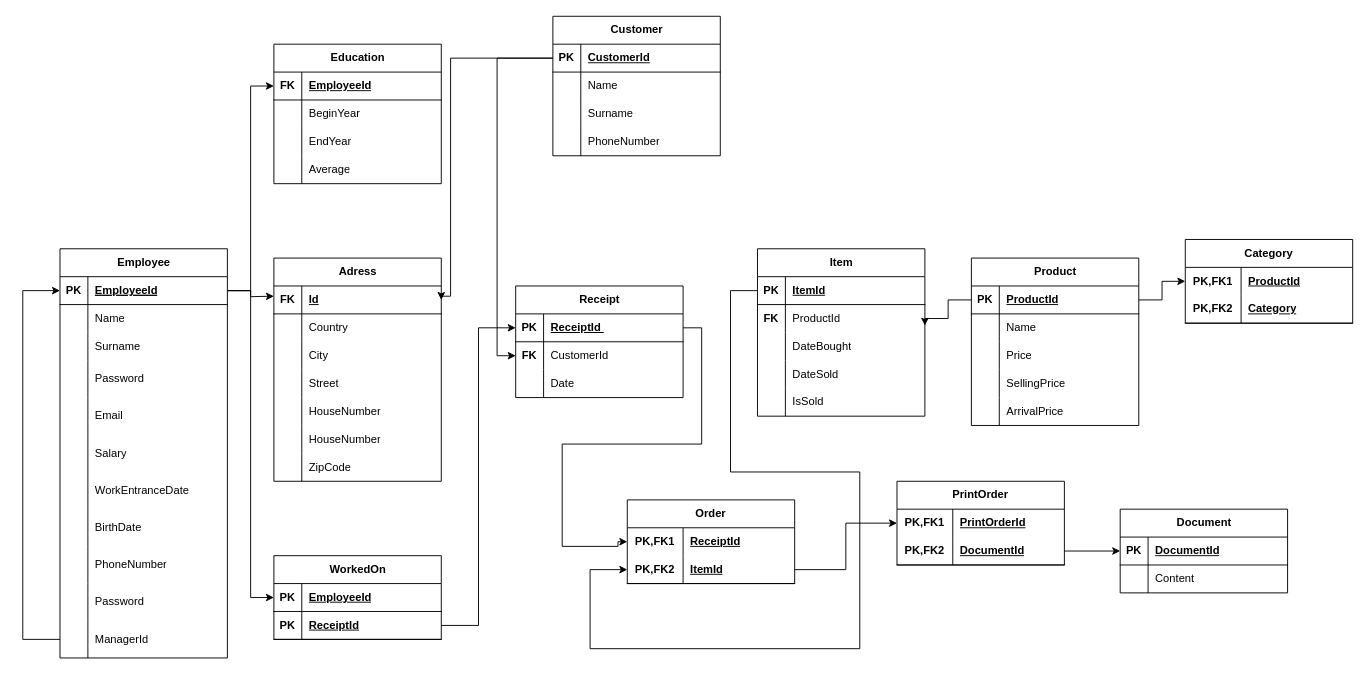
The draw.io diagram Tables.drawio in yigittuncer07/ali_abi_shop, before the edit. Source tidied: cells renumbered, new cells numbered last; positions are measured from the earlier drawing's top-left corner, leaving out a move shared by most shapes. Both pictures are drawn from the tidied source at 93%, with x=0, y=0 at pixel (22, 16).
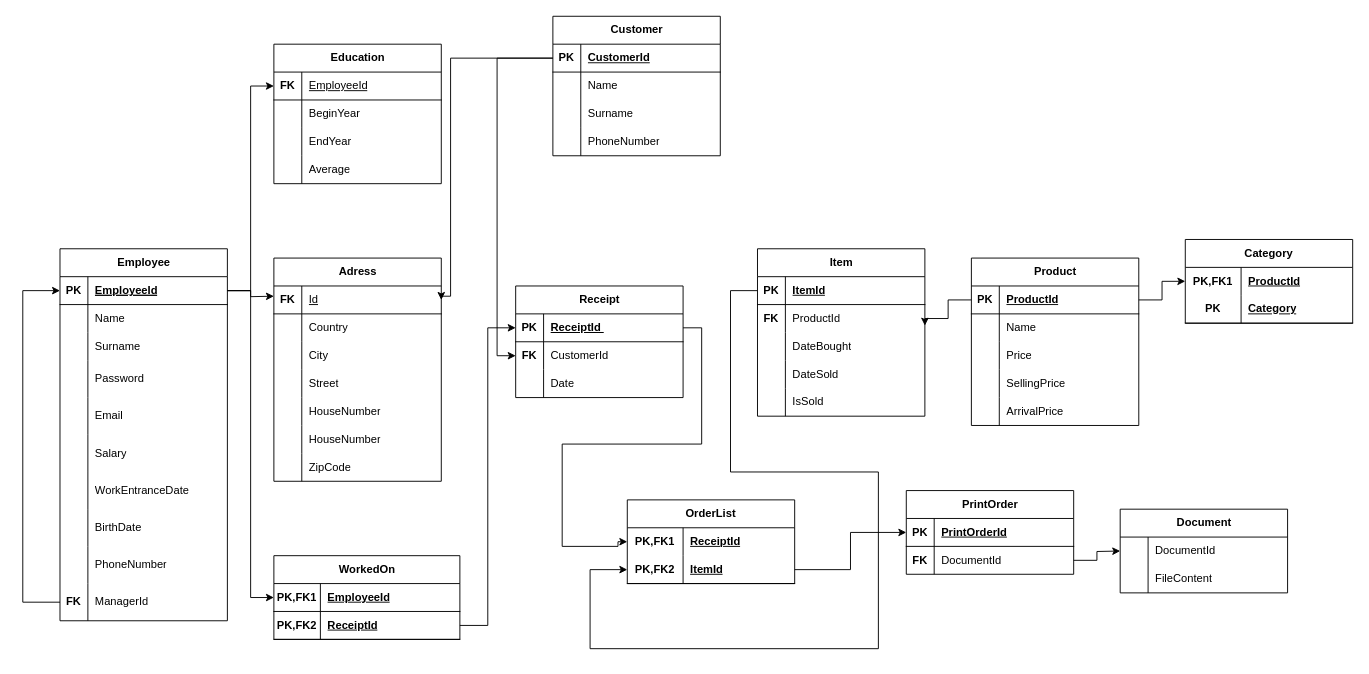
After the change.

Unchanged cells that the change refers to:
```xml
<mxCell id="3" style="shape=tableRow;horizontal=0;startSize=0;swimlaneHead=0;swimlaneBody=0;fillColor=none;points=[[0,0.5],[1,0.5]];portConstraint=eastwest;top=0;left=0;right=0;bottom=1;" parent="2" vertex="1">
  <mxGeometry y="30" width="180" height="30" as="geometry" />
</mxCell>
<mxCell id="57" style="shape=tableRow;horizontal=0;startSize=0;swimlaneHead=0;swimlaneBody=0;fillColor=none;points=[[0,0.5],[1,0.5]];portConstraint=eastwest;top=0;left=0;right=0;bottom=1;" parent="56" vertex="1">
  <mxGeometry y="30" width="180" height="30" as="geometry" />
</mxCell>
<mxCell id="76" style="shape=tableRow;horizontal=0;startSize=0;swimlaneHead=0;swimlaneBody=0;fillColor=none;points=[[0,0.5],[1,0.5]];portConstraint=eastwest;top=0;left=0;right=0;bottom=1;html=1;" parent="72" vertex="1">
  <mxGeometry y="60" width="180" height="30" as="geometry" />
</mxCell>
<mxCell id="99" style="shape=tableRow;horizontal=0;startSize=0;swimlaneHead=0;swimlaneBody=0;fillColor=none;top=0;left=0;right=0;bottom=1;html=1;" parent="95" vertex="1">
  <mxGeometry y="60" width="180" height="30" as="geometry" />
</mxCell>
<mxCell id="107" value="Document" style="shape=table;startSize=30;childLayout=tableLayout;rowLines=0;fontStyle=1;align=center;html=1;" parent="1" vertex="1">
  <mxGeometry x="1180" y="530" width="180" height="90" as="geometry" />
</mxCell>
<mxCell id="139" style="shape=tableRow;horizontal=0;startSize=0;swimlaneHead=0;swimlaneBody=0;fillColor=none;points=[[0,0.5],[1,0.5]];portConstraint=eastwest;top=0;left=0;right=0;bottom=1;" parent="138" vertex="1">
  <mxGeometry y="30" width="180" height="30" as="geometry" />
</mxCell>
<mxCell id="161" style="shape=tableRow;horizontal=0;startSize=0;swimlaneHead=0;swimlaneBody=0;fillColor=none;points=[[0,0.5],[1,0.5]];portConstraint=eastwest;top=0;left=0;right=0;bottom=1;" parent="160" vertex="1">
  <mxGeometry y="30" width="180" height="30" as="geometry" />
</mxCell>
```

The edit, as a diff of the source:
```diff
@@
     <mxCell id="2" value="Employee" style="shape=table;startSize=30;childLayout=tableLayout;rowLines=0;fontStyle=1;align=center;html=1;" parent="1" vertex="1">
-      <mxGeometry x="40" y="250" width="180" height="440" as="geometry" />
+      <mxGeometry x="40" y="250" width="180" height="400" as="geometry" />
     </mxCell>
@@
-    <mxCell id="30" style="shape=tableRow;horizontal=0;startSize=0;swimlaneHead=0;swimlaneBody=0;fillColor=none;top=0;left=0;right=0;bottom=0;" parent="2" vertex="1">
-      <mxGeometry y="360" width="180" height="40" as="geometry" />
-    </mxCell>
-    <mxCell id="31" style="shape=partialRectangle;fillColor=none;top=0;left=0;bottom=0;right=0;overflow=hidden;whiteSpace=wrap;html=1;" parent="30" vertex="1">
-      <mxGeometry width="30" height="40" as="geometry" />
-    </mxCell>
-    <mxCell id="32" value="Password" style="shape=partialRectangle;fillColor=none;top=0;left=0;bottom=0;right=0;align=left;spacingLeft=6;overflow=hidden;whiteSpace=wrap;html=1;" parent="30" vertex="1">
-      <mxGeometry x="30" width="150" height="40" as="geometry" />
-    </mxCell>
     <mxCell id="33" style="shape=tableRow;horizontal=0;startSize=0;swimlaneHead=0;swimlaneBody=0;fillColor=none;points=[[0,0.5],[1,0.5]];portConstraint=eastwest;top=0;left=0;right=0;bottom=0;" parent="2" vertex="1">
-      <mxGeometry y="400" width="180" height="40" as="geometry" />
+      <mxGeometry y="360" width="180" height="40" as="geometry" />
     </mxCell>
-    <mxCell id="34" style="shape=partialRectangle;fillColor=none;top=0;left=0;bottom=0;right=0;overflow=hidden;whiteSpace=wrap;html=1;" parent="33" vertex="1">
+    <mxCell id="34" value="&lt;b&gt;FK&lt;/b&gt;" style="shape=partialRectangle;fillColor=none;top=0;left=0;bottom=0;right=0;overflow=hidden;whiteSpace=wrap;html=1;" parent="33" vertex="1">
       <mxGeometry width="30" height="40" as="geometry" />
     </mxCell>
@@
     <mxCell id="36" style="edgeStyle=orthogonalEdgeStyle;rounded=0;jettySize=auto;html=1;exitX=0;exitY=0.5;exitDx=0;exitDy=0;entryX=0;entryY=0.5;entryDx=0;entryDy=0;" parent="2" edge="1" source="33" target="3">
       <mxGeometry relative="1" as="geometry">
         <Array as="points">
-          <mxPoint x="-40" y="420" />
+          <mxPoint x="-40" y="380" />
           <mxPoint x="-40" y="45" />
         </Array>
       </mxGeometry>
     </mxCell>
@@
     <mxCell id="38" value="WorkedOn" style="shape=table;startSize=30;childLayout=tableLayout;rowLines=0;fontStyle=1;align=center;html=1;" parent="1" vertex="1">
-      <mxGeometry x="270" y="580" width="180" height="90" as="geometry" />
+      <mxGeometry x="270" y="580" width="200" height="90" as="geometry" />
     </mxCell>
     <mxCell id="39" style="shape=tableRow;horizontal=0;startSize=0;swimlaneHead=0;swimlaneBody=0;fillColor=none;points=[[0,0.5],[1,0.5]];portConstraint=eastwest;top=0;left=0;right=0;bottom=1;" parent="38" vertex="1">
-      <mxGeometry y="30" width="180" height="30" as="geometry" />
+      <mxGeometry y="30" width="200" height="30" as="geometry" />
     </mxCell>
-    <mxCell id="40" value="PK" style="shape=partialRectangle;fillColor=none;top=0;left=0;bottom=0;right=0;fontStyle=1;overflow=hidden;whiteSpace=wrap;html=1;" parent="39" vertex="1">
-      <mxGeometry width="30" height="30" as="geometry" />
+    <mxCell id="40" value="PK,FK1" style="shape=partialRectangle;fillColor=none;top=0;left=0;bottom=0;right=0;fontStyle=1;overflow=hidden;whiteSpace=wrap;html=1;" parent="39" vertex="1">
+      <mxGeometry width="50" height="30" as="geometry" />
     </mxCell>
     <mxCell id="41" value="EmployeeId" style="shape=partialRectangle;fillColor=none;top=0;left=0;bottom=0;right=0;align=left;spacingLeft=6;fontStyle=5;overflow=hidden;whiteSpace=wrap;html=1;" parent="39" vertex="1">
-      <mxGeometry x="30" width="150" height="30" as="geometry" />
+      <mxGeometry x="50" width="150" height="30" as="geometry" />
     </mxCell>
     <mxCell id="42" style="shape=tableRow;horizontal=0;startSize=0;swimlaneHead=0;swimlaneBody=0;fillColor=none;points=[[0,0.5],[1,0.5]];portConstraint=eastwest;top=0;left=0;right=0;bottom=1;" parent="38" vertex="1">
-      <mxGeometry y="60" width="180" height="30" as="geometry" />
+      <mxGeometry y="60" width="200" height="30" as="geometry" />
     </mxCell>
-    <mxCell id="43" value="PK" style="shape=partialRectangle;fillColor=none;top=0;left=0;bottom=0;right=0;fontStyle=1;overflow=hidden;whiteSpace=wrap;html=1;" parent="42" vertex="1">
-      <mxGeometry width="30" height="30" as="geometry" />
+    <mxCell id="43" value="PK,FK2" style="shape=partialRectangle;fillColor=none;top=0;left=0;bottom=0;right=0;fontStyle=1;overflow=hidden;whiteSpace=wrap;html=1;" parent="42" vertex="1">
+      <mxGeometry width="50" height="30" as="geometry" />
     </mxCell>
     <mxCell id="44" value="ReceiptId" style="shape=partialRectangle;fillColor=none;top=0;left=0;bottom=0;right=0;align=left;spacingLeft=6;fontStyle=5;overflow=hidden;whiteSpace=wrap;html=1;" parent="42" vertex="1">
-      <mxGeometry x="30" width="150" height="30" as="geometry" />
+      <mxGeometry x="50" width="150" height="30" as="geometry" />
     </mxCell>
@@
-    <mxCell id="72" value="Order" style="shape=table;startSize=30;childLayout=tableLayout;rowLines=0;fontStyle=1;align=center;html=1;whiteSpace=wrap;" parent="1" vertex="1">
+    <mxCell id="72" value="OrderList" style="shape=table;startSize=30;childLayout=tableLayout;rowLines=0;fontStyle=1;align=center;html=1;whiteSpace=wrap;" parent="1" vertex="1">
       <mxGeometry x="650" y="520" width="180" height="90" as="geometry" />
     </mxCell>
@@
-    <mxCell id="100" value="PK,FK2" style="shape=partialRectangle;fillColor=none;top=0;left=0;bottom=0;right=0;fontStyle=1;overflow=hidden;html=1;whiteSpace=wrap;" parent="99" vertex="1">
+    <mxCell id="100" value="PK" style="shape=partialRectangle;fillColor=none;top=0;left=0;bottom=0;right=0;fontStyle=1;overflow=hidden;html=1;whiteSpace=wrap;" parent="99" vertex="1">
       <mxGeometry width="60" height="30" as="geometry" />
     </mxCell>
@@
     <mxCell id="104" style="edgeStyle=orthogonalEdgeStyle;rounded=0;jettySize=auto;html=1;exitX=0;exitY=0.5;exitDx=0;exitDy=0;entryX=0;entryY=0.5;entryDx=0;entryDy=0;" parent="1" edge="1" source="57" target="76">
       <mxGeometry relative="1" as="geometry">
         <Array as="points">
           <mxPoint x="761" y="295" />
           <mxPoint x="761" y="490" />
-          <mxPoint x="900" y="490" />
-          <mxPoint x="900" y="680" />
+          <mxPoint x="920" y="490" />
+          <mxPoint x="920" y="680" />
           <mxPoint x="610" y="680" />
           <mxPoint x="610" y="595" />
         </Array>
       </mxGeometry>
     </mxCell>
@@
-    <mxCell id="108" style="shape=tableRow;horizontal=0;startSize=0;swimlaneHead=0;swimlaneBody=0;fillColor=none;points=[[0,0.5],[1,0.5]];portConstraint=eastwest;top=0;left=0;right=0;bottom=1;" parent="107" vertex="1">
-      <mxGeometry y="30" width="180" height="30" as="geometry" />
-    </mxCell>
-    <mxCell id="109" value="PK" style="shape=partialRectangle;fillColor=none;top=0;left=0;bottom=0;right=0;fontStyle=1;overflow=hidden;whiteSpace=wrap;html=1;" parent="108" vertex="1">
-      <mxGeometry width="30" height="30" as="geometry" />
-    </mxCell>
-    <mxCell id="110" value="DocumentId" style="shape=partialRectangle;fillColor=none;top=0;left=0;bottom=0;right=0;align=left;spacingLeft=6;fontStyle=5;overflow=hidden;whiteSpace=wrap;html=1;" parent="108" vertex="1">
-      <mxGeometry x="30" width="150" height="30" as="geometry" />
-    </mxCell>
     <mxCell id="111" style="shape=tableRow;horizontal=0;startSize=0;swimlaneHead=0;swimlaneBody=0;fillColor=none;top=0;left=0;right=0;bottom=0;" parent="107" vertex="1">
-      <mxGeometry y="60" width="180" height="30" as="geometry" />
+      <mxGeometry y="30" width="180" height="30" as="geometry" />
     </mxCell>
@@
-    <mxCell id="113" value="Content" style="shape=partialRectangle;fillColor=none;top=0;left=0;bottom=0;right=0;align=left;spacingLeft=6;overflow=hidden;whiteSpace=wrap;html=1;" parent="111" vertex="1">
+    <mxCell id="113" value="DocumentId" style="shape=partialRectangle;fillColor=none;top=0;left=0;bottom=0;right=0;align=left;spacingLeft=6;overflow=hidden;whiteSpace=wrap;html=1;" parent="111" vertex="1">
       <mxGeometry x="30" width="150" height="30" as="geometry" />
     </mxCell>
-    <mxCell id="114" value="PrintOrder" style="shape=table;startSize=30;childLayout=tableLayout;rowLines=0;fontStyle=1;align=center;html=1;whiteSpace=wrap;" parent="1" vertex="1">
-      <mxGeometry x="940" y="500" width="180" height="90" as="geometry" />
-    </mxCell>
-    <mxCell id="115" style="shape=tableRow;horizontal=0;startSize=0;swimlaneHead=0;swimlaneBody=0;fillColor=none;points=[[0,0.5],[1,0.5]];portConstraint=eastwest;top=0;left=0;right=0;bottom=0;html=1;" parent="114" vertex="1">
-      <mxGeometry y="30" width="180" height="30" as="geometry" />
-    </mxCell>
-    <mxCell id="116" value="PK,FK1" style="shape=partialRectangle;fillColor=none;top=0;left=0;bottom=0;right=0;fontStyle=1;overflow=hidden;html=1;whiteSpace=wrap;" parent="115" vertex="1">
-      <mxGeometry width="60" height="30" as="geometry" />
-    </mxCell>
-    <mxCell id="117" value="PrintOrderId" style="shape=partialRectangle;fillColor=none;top=0;left=0;bottom=0;right=0;align=left;spacingLeft=6;fontStyle=5;overflow=hidden;html=1;whiteSpace=wrap;" parent="115" vertex="1">
-      <mxGeometry x="60" width="120" height="30" as="geometry" />
-    </mxCell>
-    <mxCell id="118" style="shape=tableRow;horizontal=0;startSize=0;swimlaneHead=0;swimlaneBody=0;fillColor=none;points=[[0,0.5],[1,0.5]];portConstraint=eastwest;top=0;left=0;right=0;bottom=1;html=1;" parent="114" vertex="1">
-      <mxGeometry y="60" width="180" height="30" as="geometry" />
-    </mxCell>
-    <mxCell id="119" value="PK,FK2" style="shape=partialRectangle;fillColor=none;top=0;left=0;bottom=0;right=0;fontStyle=1;overflow=hidden;html=1;whiteSpace=wrap;" parent="118" vertex="1">
-      <mxGeometry width="60" height="30" as="geometry" />
-    </mxCell>
-    <mxCell id="120" value="DocumentId" style="shape=partialRectangle;fillColor=none;top=0;left=0;bottom=0;right=0;align=left;spacingLeft=6;fontStyle=5;overflow=hidden;html=1;whiteSpace=wrap;" parent="118" vertex="1">
-      <mxGeometry x="60" width="120" height="30" as="geometry" />
-    </mxCell>
+    <mxCell id="174" style="shape=tableRow;horizontal=0;startSize=0;swimlaneHead=0;swimlaneBody=0;fillColor=none;top=0;left=0;right=0;bottom=0;" parent="107" vertex="1">
+      <mxGeometry y="60" width="180" height="30" as="geometry" />
+    </mxCell>
+    <mxCell id="175" style="shape=partialRectangle;fillColor=none;top=0;left=0;bottom=0;right=0;overflow=hidden;whiteSpace=wrap;html=1;" parent="174" vertex="1">
+      <mxGeometry width="30" height="30" as="geometry" />
+    </mxCell>
+    <mxCell id="176" value="FileContent" style="shape=partialRectangle;fillColor=none;top=0;left=0;bottom=0;right=0;align=left;spacingLeft=6;overflow=hidden;whiteSpace=wrap;html=1;" parent="174" vertex="1">
+      <mxGeometry x="30" width="150" height="30" as="geometry" />
+    </mxCell>
-    <mxCell id="121" style="edgeStyle=orthogonalEdgeStyle;rounded=0;jettySize=auto;html=1;exitX=1;exitY=0.5;exitDx=0;exitDy=0;entryX=0;entryY=0.5;entryDx=0;entryDy=0;" parent="1" edge="1" source="76" target="115">
+    <mxCell id="121" style="edgeStyle=orthogonalEdgeStyle;rounded=0;jettySize=auto;html=1;exitX=1;exitY=0.5;exitDx=0;exitDy=0;entryX=0;entryY=0.5;entryDx=0;entryDy=0;" parent="1" edge="1" source="76" target="108">
       <mxGeometry relative="1" as="geometry" />
     </mxCell>
-    <mxCell id="122" style="edgeStyle=orthogonalEdgeStyle;rounded=0;jettySize=auto;html=1;exitX=1;exitY=0.5;exitDx=0;exitDy=0;" parent="1" edge="1" source="118" target="108">
-      <mxGeometry relative="1" as="geometry" />
+    <mxCell id="122" style="edgeStyle=orthogonalEdgeStyle;rounded=0;jettySize=auto;html=1;exitX=1;exitY=0.5;exitDx=0;exitDy=0;" parent="1" edge="1" source="177">
+      <mxGeometry relative="1" as="geometry">
+        <mxPoint x="1180" y="575" as="targetPoint" />
+      </mxGeometry>
     </mxCell>
@@
-    <mxCell id="141" value="Id" style="shape=partialRectangle;fillColor=none;top=0;left=0;bottom=0;right=0;align=left;spacingLeft=6;fontStyle=5;overflow=hidden;whiteSpace=wrap;html=1;" parent="139" vertex="1">
+    <mxCell id="141" value="&lt;span style=&quot;font-weight: normal;&quot;&gt;Id&lt;/span&gt;" style="shape=partialRectangle;fillColor=none;top=0;left=0;bottom=0;right=0;align=left;spacingLeft=6;fontStyle=5;overflow=hidden;whiteSpace=wrap;html=1;" parent="139" vertex="1">
       <mxGeometry x="30" width="150" height="30" as="geometry" />
     </mxCell>
@@
-    <mxCell id="163" value="EmployeeId" style="shape=partialRectangle;fillColor=none;top=0;left=0;bottom=0;right=0;align=left;spacingLeft=6;fontStyle=5;overflow=hidden;whiteSpace=wrap;html=1;" parent="161" vertex="1">
+    <mxCell id="163" value="&lt;span style=&quot;font-weight: normal;&quot;&gt;EmployeeId&lt;/span&gt;" style="shape=partialRectangle;fillColor=none;top=0;left=0;bottom=0;right=0;align=left;spacingLeft=6;fontStyle=5;overflow=hidden;whiteSpace=wrap;html=1;" parent="161" vertex="1">
       <mxGeometry x="30" width="150" height="30" as="geometry" />
     </mxCell>
@@
+    <mxCell id="114" value="PrintOrder" style="shape=table;startSize=30;childLayout=tableLayout;rowLines=0;fontStyle=1;align=center;html=1;" parent="1" vertex="1">
+      <mxGeometry x="950" y="510" width="180" height="90" as="geometry" />
+    </mxCell>
+    <mxCell id="108" style="shape=tableRow;horizontal=0;startSize=0;swimlaneHead=0;swimlaneBody=0;fillColor=none;points=[[0,0.5],[1,0.5]];portConstraint=eastwest;top=0;left=0;right=0;bottom=1;" parent="114" vertex="1">
+      <mxGeometry y="30" width="180" height="30" as="geometry" />
+    </mxCell>
+    <mxCell id="109" value="PK" style="shape=partialRectangle;fillColor=none;top=0;left=0;bottom=0;right=0;fontStyle=1;overflow=hidden;whiteSpace=wrap;html=1;" parent="108" vertex="1">
+      <mxGeometry width="30" height="30" as="geometry" />
+    </mxCell>
+    <mxCell id="117" value="PrintOrderId" style="shape=partialRectangle;fillColor=none;top=0;left=0;bottom=0;right=0;align=left;spacingLeft=6;fontStyle=5;overflow=hidden;whiteSpace=wrap;html=1;" parent="108" vertex="1">
+      <mxGeometry x="30" width="150" height="30" as="geometry" />
+    </mxCell>
+    <mxCell id="177" style="shape=tableRow;horizontal=0;startSize=0;swimlaneHead=0;swimlaneBody=0;fillColor=none;points=[[0,0.5],[1,0.5]];portConstraint=eastwest;top=0;left=0;right=0;bottom=0;" parent="114" vertex="1">
+      <mxGeometry y="60" width="180" height="30" as="geometry" />
+    </mxCell>
+    <mxCell id="178" value="&lt;b&gt;FK&lt;/b&gt;" style="shape=partialRectangle;fillColor=none;top=0;left=0;bottom=0;right=0;overflow=hidden;whiteSpace=wrap;html=1;" parent="177" vertex="1">
+      <mxGeometry width="30" height="30" as="geometry" />
+    </mxCell>
+    <mxCell id="179" value="DocumentId" style="shape=partialRectangle;fillColor=none;top=0;left=0;bottom=0;right=0;align=left;spacingLeft=6;overflow=hidden;whiteSpace=wrap;html=1;" parent="177" vertex="1">
+      <mxGeometry x="30" width="150" height="30" as="geometry" />
+    </mxCell>
```
